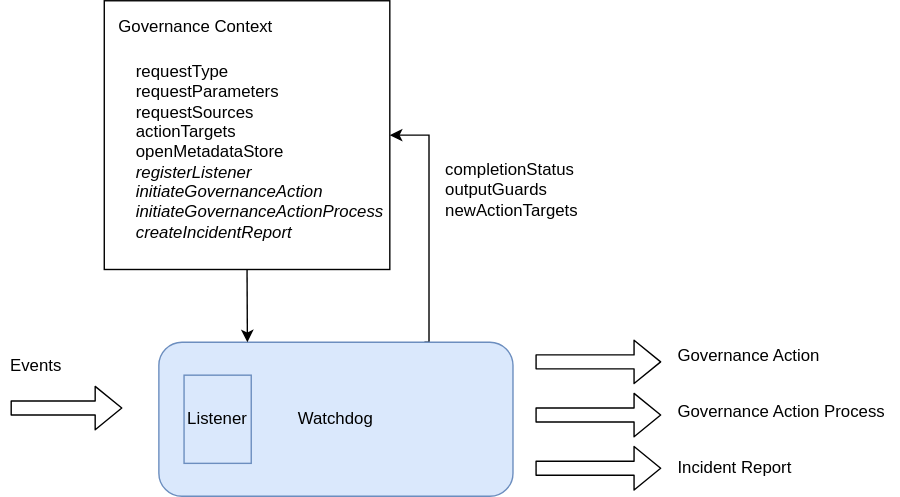
Before: site/docs/frameworks/gaf/watchdog-governance-service-context.svg, a diagram exported from draw.io (odpi/egeria-docs). Source tidied: cells renumbered, new cells last; positions are measured from the earlier drawing's top-left corner, leaving out a move shared by most shapes. The source it was exported from:
```xml
<mxGraphModel>
  <root>
    <mxCell id="0" />
    <mxCell id="1" parent="0" />
    <mxCell id="2" style="rounded=0;whiteSpace=wrap;html=1;strokeColor=#000000;strokeWidth=1;align=left;" parent="1" vertex="1">
      <mxGeometry x="74" width="204" height="192" as="geometry" />
    </mxCell>
    <mxCell id="3" style="edgeStyle=orthogonalEdgeStyle;rounded=0;jettySize=auto;html=1;exitX=0.75;exitY=0;exitDx=0;exitDy=0;entryX=1;entryY=0.5;entryDx=0;entryDy=0;" parent="1" edge="1" source="4" target="2">
      <mxGeometry relative="1" as="geometry">
        <Array as="points">
          <mxPoint x="306" y="96" />
        </Array>
      </mxGeometry>
    </mxCell>
    <mxCell id="4" value="Watchdog" style="rounded=1;whiteSpace=wrap;html=1;fillColor=#dae8fc;strokeColor=#6c8ebf;" parent="1" vertex="1">
      <mxGeometry x="113" y="244" width="253" height="110" as="geometry" />
    </mxCell>
    <mxCell id="5" style="shape=flexArrow;endArrow=classic;html=1;" parent="1" edge="1">
      <mxGeometry relative="1" as="geometry">
        <mxPoint x="7" y="291" as="sourcePoint" />
        <mxPoint x="87" y="291" as="targetPoint" />
      </mxGeometry>
    </mxCell>
    <mxCell id="6" value="Events" style="text;html=1;align=center;verticalAlign=middle;" parent="1" vertex="1">
      <mxGeometry y="251" width="50" height="20" as="geometry" />
    </mxCell>
    <mxCell id="7" value="Governance Action" style="text;html=1;align=left;verticalAlign=middle;" parent="1" vertex="1">
      <mxGeometry x="482" y="244" width="120" height="20" as="geometry" />
    </mxCell>
    <mxCell id="8" value="Governance Action Process" style="text;html=1;align=left;verticalAlign=middle;" parent="1" vertex="1">
      <mxGeometry x="482" y="284" width="160" height="20" as="geometry" />
    </mxCell>
    <mxCell id="9" value="Incident Report" style="text;html=1;align=left;verticalAlign=middle;" parent="1" vertex="1">
      <mxGeometry x="482" y="324" width="100" height="20" as="geometry" />
    </mxCell>
    <mxCell id="10" style="shape=flexArrow;endArrow=classic;html=1;" parent="1" edge="1">
      <mxGeometry x="419" y="-755" as="geometry">
        <mxPoint x="382" y="258" as="sourcePoint" />
        <mxPoint x="472" y="258" as="targetPoint" />
      </mxGeometry>
    </mxCell>
    <mxCell id="11" style="shape=flexArrow;endArrow=classic;html=1;" parent="1" edge="1">
      <mxGeometry x="419" y="-737" as="geometry">
        <mxPoint x="382" y="296" as="sourcePoint" />
        <mxPoint x="472" y="296" as="targetPoint" />
      </mxGeometry>
    </mxCell>
    <mxCell id="12" style="shape=flexArrow;endArrow=classic;html=1;" parent="1" edge="1">
      <mxGeometry x="419" y="-719" as="geometry">
        <mxPoint x="382" y="334" as="sourcePoint" />
        <mxPoint x="472" y="334" as="targetPoint" />
      </mxGeometry>
    </mxCell>
    <mxCell id="13" style="rounded=0;jettySize=auto;html=1;entryX=0.25;entryY=0;entryDx=0;entryDy=0;exitX=0.5;exitY=1;exitDx=0;exitDy=0;" parent="1" edge="1" source="2" target="4">
      <mxGeometry relative="1" as="geometry" />
    </mxCell>
    <mxCell id="14" value="requestType&lt;br&gt;requestParameters&lt;br&gt;requestSources&lt;br&gt;actionTargets&lt;br&gt;openMetadataStore&lt;br&gt;&lt;i&gt;registerListener&lt;br&gt;initiateGovernanceAction&lt;br&gt;initiateGovernanceActionProcess&lt;br&gt;createIncidentReport&lt;br&gt;&lt;/i&gt;" style="text;html=1;align=left;verticalAlign=middle;perimeterSpacing=3;" parent="1" vertex="1">
      <mxGeometry x="94.5" y="43" width="190" height="130" as="geometry" />
    </mxCell>
    <mxCell id="15" value="Governance Context" style="text;html=1;align=center;verticalAlign=middle;" parent="1" vertex="1">
      <mxGeometry x="79" y="10" width="120" height="18" as="geometry" />
    </mxCell>
    <mxCell id="16" value="Listener" style="rounded=0;whiteSpace=wrap;html=1;strokeColor=#6c8ebf;strokeWidth=1;align=center;fillColor=#dae8fc;" parent="1" vertex="1">
      <mxGeometry x="131" y="267.5" width="48" height="63" as="geometry" />
    </mxCell>
    <mxCell id="17" value="completionStatus&lt;br&gt;outputGuards&lt;br&gt;newActionTargets" style="text;html=1;align=left;verticalAlign=middle;" parent="1" vertex="1">
      <mxGeometry x="316" y="112" width="105" height="46" as="geometry" />
    </mxCell>
  </root>
</mxGraphModel>
```
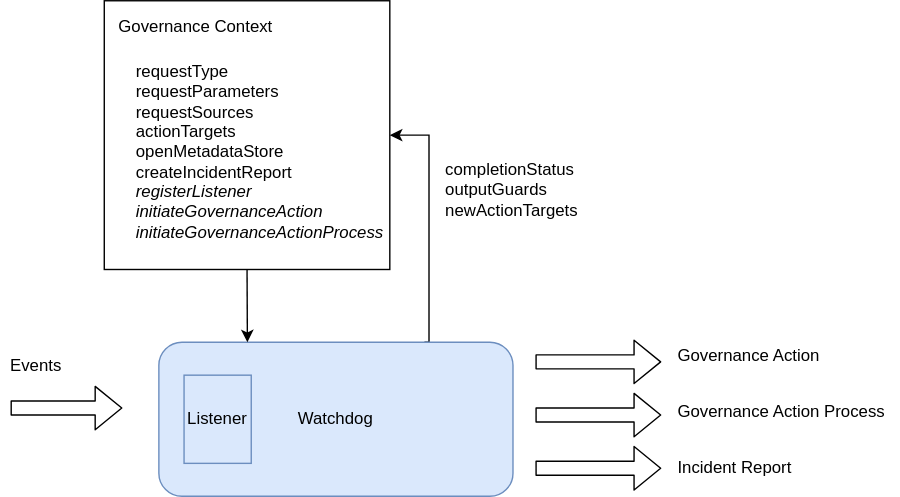
After the commit.

Diff of the diagram source:
```diff
@@ -54,7 +54,7 @@
     <mxCell id="13" style="rounded=0;jettySize=auto;html=1;entryX=0.25;entryY=0;entryDx=0;entryDy=0;exitX=0.5;exitY=1;exitDx=0;exitDy=0;" parent="1" edge="1" source="2" target="4">
       <mxGeometry relative="1" as="geometry" />
     </mxCell>
-    <mxCell id="14" value="requestType&lt;br&gt;requestParameters&lt;br&gt;requestSources&lt;br&gt;actionTargets&lt;br&gt;openMetadataStore&lt;br&gt;&lt;i&gt;registerListener&lt;br&gt;initiateGovernanceAction&lt;br&gt;initiateGovernanceActionProcess&lt;br&gt;createIncidentReport&lt;br&gt;&lt;/i&gt;" style="text;html=1;align=left;verticalAlign=middle;perimeterSpacing=3;" parent="1" vertex="1">
+    <mxCell id="14" value="requestType&lt;br&gt;requestParameters&lt;br&gt;requestSources&lt;br&gt;actionTargets&lt;br&gt;openMetadataStore&lt;br&gt;createIncidentReport&lt;br&gt;&lt;i&gt;registerListener&lt;/i&gt;&lt;br&gt;&lt;i&gt;initiateGovernanceAction&lt;/i&gt;&lt;br&gt;&lt;i&gt;initiateGovernanceActionProcess&lt;/i&gt;" style="text;html=1;align=left;verticalAlign=middle;perimeterSpacing=3;" parent="1" vertex="1">
       <mxGeometry x="94.5" y="43" width="190" height="130" as="geometry" />
     </mxCell>
     <mxCell id="15" value="Governance Context" style="text;html=1;align=center;verticalAlign=middle;" parent="1" vertex="1">
```
